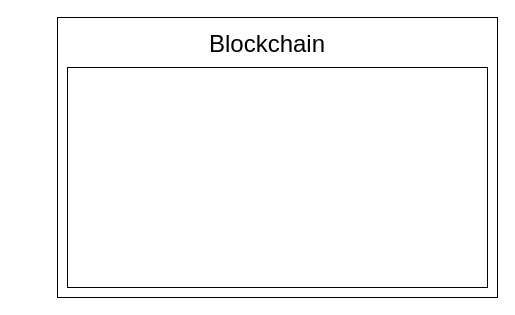
The draw.io diagram Diagrams/Blockchain.drawio in MlgEpicBanana69/dreamveil, before the edit. Source tidied: cells renumbered, new cells numbered last; positions are measured from the earlier drawing's top-left corner, leaving out a move shared by most shapes. Both pictures are drawn from the tidied source at 100%, with x=0, y=0 at pixel (57, 17).
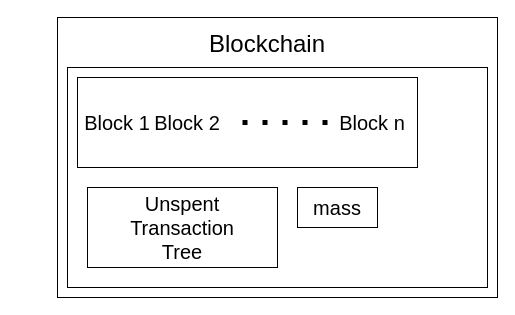
Above is the later version.

Diff of the diagram source:
```diff
@@
 <mxGraphModel>
   <root>
     <mxCell id="0" />
     <mxCell id="1" parent="0" />
     <mxCell id="2" style="rounded=0;whiteSpace=wrap;html=1;" parent="1" vertex="1">
       <mxGeometry width="440" height="280" as="geometry" />
     </mxCell>
     <mxCell id="3" style="rounded=0;whiteSpace=wrap;html=1;" parent="1" vertex="1">
       <mxGeometry x="10" y="50" width="420" height="220" as="geometry" />
     </mxCell>
     <mxCell id="4" value="Blockchain" style="text;html=1;strokeColor=none;fillColor=none;align=center;verticalAlign=middle;whiteSpace=wrap;rounded=0;fontSize=24;" parent="1" vertex="1">
       <mxGeometry x="150" y="10" width="120" height="34" as="geometry" />
     </mxCell>
+    <mxCell id="5" style="rounded=0;whiteSpace=wrap;html=1;" parent="1" vertex="1">
+      <mxGeometry x="20" y="60" width="340" height="90" as="geometry" />
+    </mxCell>
+    <mxCell id="6" value="Block 1" style="text;html=1;strokeColor=none;fillColor=none;align=center;verticalAlign=middle;whiteSpace=wrap;rounded=0;fontSize=20;" parent="1" vertex="1">
+      <mxGeometry x="-40" y="80" width="200" height="50" as="geometry" />
+    </mxCell>
+    <mxCell id="7" value="Block 2" style="text;html=1;strokeColor=none;fillColor=none;align=center;verticalAlign=middle;whiteSpace=wrap;rounded=0;fontSize=20;" parent="1" vertex="1">
+      <mxGeometry x="90" y="80" width="80" height="50" as="geometry" />
+    </mxCell>
+    <mxCell id="8" value="Block n" style="text;html=1;strokeColor=none;fillColor=none;align=center;verticalAlign=middle;whiteSpace=wrap;rounded=0;fontSize=20;" parent="1" vertex="1">
+      <mxGeometry x="270" y="80" width="90" height="50" as="geometry" />
+    </mxCell>
+    <mxCell id="9" style="endArrow=none;dashed=1;html=1;dashPattern=1 3;strokeWidth=5;rounded=0;fontSize=20;entryX=1;entryY=0.5;entryDx=0;entryDy=0;exitX=0;exitY=0.5;exitDx=0;exitDy=0;jumpSize=17;jumpStyle=none;endSize=6;" parent="1" edge="1" source="8" target="7">
+      <mxGeometry relative="1" as="geometry" />
+    </mxCell>
+    <mxCell id="10" style="rounded=0;whiteSpace=wrap;html=1;" parent="1" vertex="1">
+      <mxGeometry x="30" y="170" width="190" height="80" as="geometry" />
+    </mxCell>
+    <mxCell id="11" value="Unspent Transaction Tree" style="text;html=1;strokeColor=none;fillColor=none;align=center;verticalAlign=middle;whiteSpace=wrap;rounded=0;fontSize=20;" parent="1" vertex="1">
+      <mxGeometry x="85" y="185" width="80" height="50" as="geometry" />
+    </mxCell>
+    <mxCell id="12" style="rounded=0;whiteSpace=wrap;html=1;" parent="1" vertex="1">
+      <mxGeometry x="240" y="170" width="80" height="40" as="geometry" />
+    </mxCell>
+    <mxCell id="13" value="mass" style="text;html=1;strokeColor=none;fillColor=none;align=center;verticalAlign=middle;whiteSpace=wrap;rounded=0;fontSize=20;" parent="1" vertex="1">
+      <mxGeometry x="250" y="170" width="60" height="40" as="geometry" />
+    </mxCell>
   </root>
 </mxGraphModel>
```
